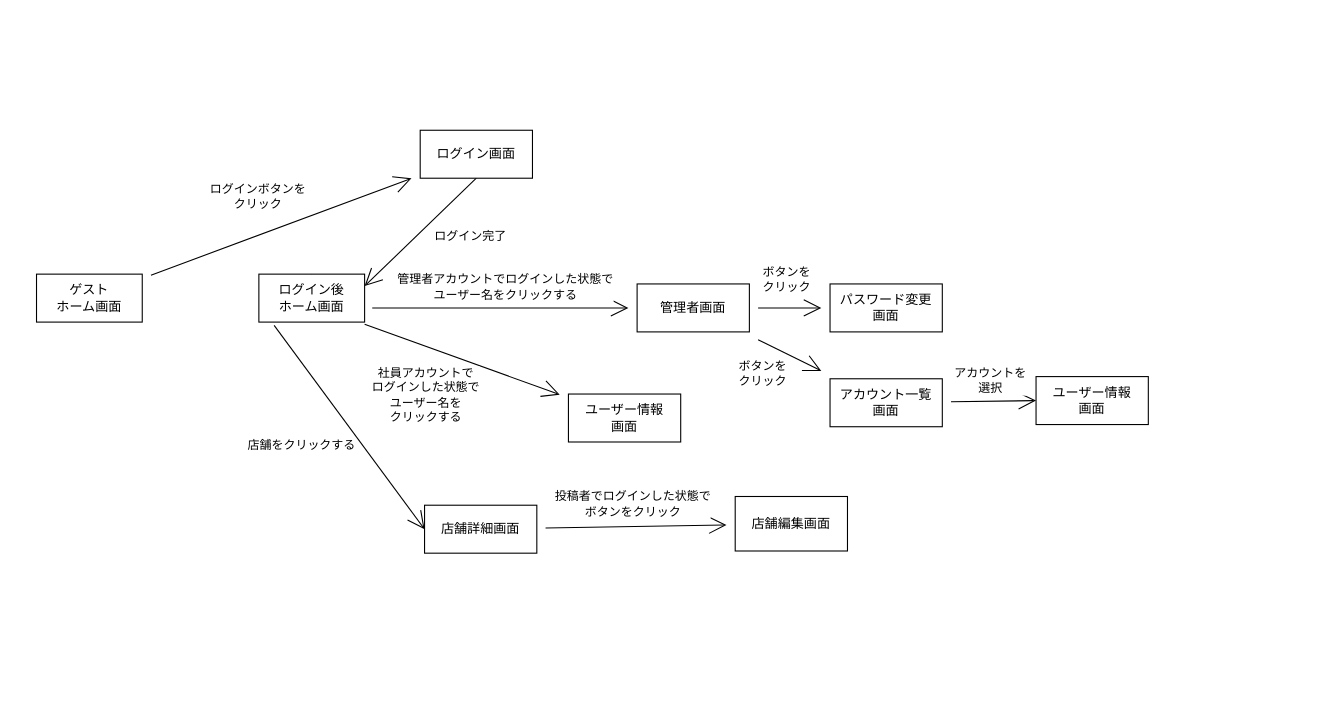
Earlier version of the draw.io diagram PBL2022_WEB01/画面/画面遷移図.drawio (washizaki0123/PBL_Web1). Source tidied: cells renumbered, new cells numbered last; positions are measured from the earlier drawing's top-left corner, leaving out a move shared by most shapes. Both pictures are drawn from the tidied source at 109%, with x=0, y=0 at pixel (36, 130).
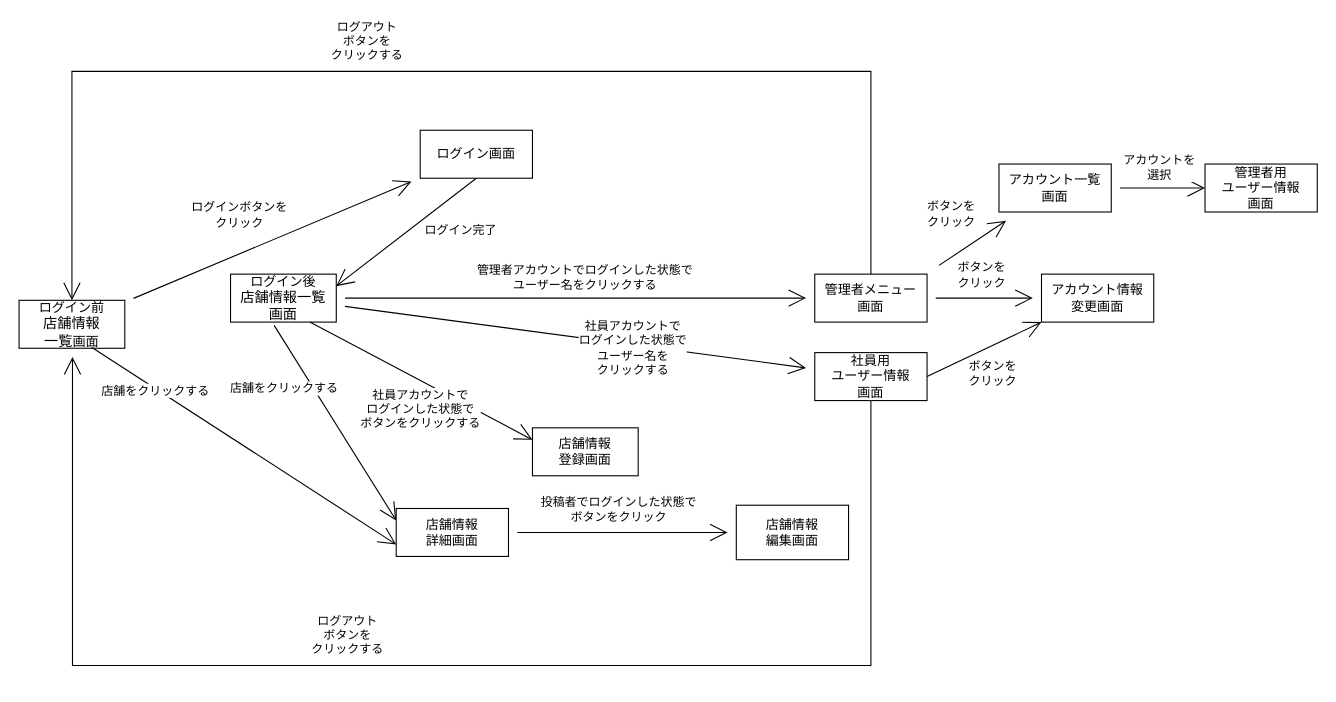
Above is the later version.

Unchanged cells that the change refers to:
```xml
<mxCell id="8" value="ログイン画面" style="rounded=0;whiteSpace=wrap;html=1;hachureGap=4;" parent="1" vertex="1">
  <mxGeometry x="352" width="103" height="44" as="geometry" />
</mxCell>
```

Change to the diagram source:
```diff
@@
-    <mxCell id="3" value="社員アカウントで&lt;br&gt;ログインした状態で&lt;br&gt;ユーザー名を&lt;br&gt;クリックする" style="edgeStyle=none;curved=1;rounded=0;jettySize=auto;html=1;endArrow=open;startSize=14;endSize=14;sourcePerimeterSpacing=8;targetPerimeterSpacing=8;" parent="1" edge="1" target="9">
-      <mxGeometry x="-0.21" y="-42" relative="1" as="geometry">
-        <mxPoint x="301" y="178" as="sourcePoint" />
-      </mxGeometry>
+    <mxCell id="3" value="社員アカウントで&lt;br&gt;ログインした状態で&lt;br&gt;ユーザー名を&lt;br&gt;クリックする" style="edgeStyle=none;curved=1;rounded=0;jettySize=auto;html=1;endArrow=open;startSize=14;endSize=14;sourcePerimeterSpacing=8;targetPerimeterSpacing=8;" parent="1" edge="1" source="6" target="9">
+      <mxGeometry x="0.25" y="-3" relative="1" as="geometry" />
     </mxCell>
-    <mxCell id="4" value="店舗をクリックする" style="edgeStyle=none;curved=1;rounded=0;jettySize=auto;html=1;endArrow=open;startSize=14;endSize=14;sourcePerimeterSpacing=8;targetPerimeterSpacing=8;entryX=0;entryY=0.5;entryDx=0;entryDy=0;" parent="1" edge="1" target="11">
-      <mxGeometry x="-0.11" y="-45" relative="1" as="geometry">
+    <mxCell id="4" value="店舗をクリックする" style="edgeStyle=none;curved=1;rounded=0;jettySize=auto;html=1;endArrow=open;startSize=14;endSize=14;sourcePerimeterSpacing=8;targetPerimeterSpacing=8;entryX=0;entryY=0.25;entryDx=0;entryDy=0;" parent="1" edge="1" target="11">
+      <mxGeometry x="-0.49" y="-23" relative="1" as="geometry">
         <mxPoint x="218" y="179" as="sourcePoint" />
       </mxGeometry>
     </mxCell>
-    <mxCell id="5" value="管理者アカウントでログインした状態で&lt;br&gt;ユーザー名をクリックする" style="edgeStyle=none;curved=1;rounded=0;jettySize=auto;html=1;endArrow=open;startSize=14;endSize=14;sourcePerimeterSpacing=8;targetPerimeterSpacing=8;" parent="1" edge="1" target="14">
-      <mxGeometry x="0.04" y="19" relative="1" as="geometry">
-        <mxPoint x="308" y="163" as="sourcePoint" />
-      </mxGeometry>
+    <mxCell id="5" value="管理者アカウントでログインした状態で&lt;br&gt;ユーザー名をクリックする" style="edgeStyle=none;curved=1;rounded=0;jettySize=auto;html=1;endArrow=open;startSize=14;endSize=14;sourcePerimeterSpacing=8;targetPerimeterSpacing=8;" parent="1" edge="1" source="6" target="14">
+      <mxGeometry x="0.04" y="19" relative="1" as="geometry" />
     </mxCell>
-    <mxCell id="6" value="ログイン後&lt;br&gt;ホーム画面" style="rounded=0;whiteSpace=wrap;html=1;hachureGap=4;" parent="1" vertex="1">
-      <mxGeometry x="204" y="132" width="97" height="44" as="geometry" />
+    <mxCell id="6" value="ログイン後&lt;br&gt;&lt;span style=&quot;font-family: Roboto, RobotoDraft, Helvetica, Arial, sans-serif; font-size: 13px; text-align: start;&quot;&gt;店舗情報一覧&lt;br&gt;画面&lt;/span&gt;" style="rounded=0;whiteSpace=wrap;html=1;hachureGap=4;" parent="1" vertex="1">
+      <mxGeometry x="178" y="132" width="97" height="44" as="geometry" />
     </mxCell>
     <mxCell id="7" value="ログイン完了" style="edgeStyle=none;curved=1;rounded=0;jettySize=auto;html=1;entryX=1;entryY=0.25;entryDx=0;entryDy=0;endArrow=open;startSize=14;endSize=14;sourcePerimeterSpacing=8;targetPerimeterSpacing=8;exitX=0.5;exitY=1;exitDx=0;exitDy=0;" parent="1" edge="1" source="8" target="6">
-      <mxGeometry x="-0.43" y="34" relative="1" as="geometry" />
+      <mxGeometry x="-0.5" y="29" relative="1" as="geometry" />
     </mxCell>
@@
-    <mxCell id="9" value="ユーザー情報&lt;br&gt;画面" style="rounded=0;whiteSpace=wrap;html=1;hachureGap=4;" parent="1" vertex="1">
-      <mxGeometry x="488" y="242" width="103" height="44" as="geometry" />
+    <mxCell id="9" value="社員用&lt;br&gt;ユーザー情報&lt;br&gt;画面" style="rounded=0;whiteSpace=wrap;html=1;hachureGap=4;" parent="1" vertex="1">
+      <mxGeometry x="714" y="204" width="103" height="44" as="geometry" />
     </mxCell>
@@
-    <mxCell id="11" value="店舗詳細画面" style="rounded=0;whiteSpace=wrap;html=1;hachureGap=4;" parent="1" vertex="1">
-      <mxGeometry x="356" y="344" width="103" height="44" as="geometry" />
+    <mxCell id="11" value="店舗情報&lt;br&gt;詳細画面" style="rounded=0;whiteSpace=wrap;html=1;hachureGap=4;" parent="1" vertex="1">
+      <mxGeometry x="330" y="347" width="103" height="44" as="geometry" />
     </mxCell>
     <mxCell id="12" value="ボタンを&lt;br&gt;クリック" style="edgeStyle=none;curved=1;rounded=0;jettySize=auto;html=1;endArrow=open;startSize=14;endSize=14;sourcePerimeterSpacing=8;targetPerimeterSpacing=8;" parent="1" edge="1" source="14" target="15">
-      <mxGeometry x="-0.12" y="26" relative="1" as="geometry" />
+      <mxGeometry x="-0.06" y="21" relative="1" as="geometry" />
     </mxCell>
-    <mxCell id="13" value="ボタンを&lt;br&gt;クリック" style="edgeStyle=none;curved=1;rounded=0;jettySize=auto;html=1;endArrow=open;startSize=14;endSize=14;sourcePerimeterSpacing=8;targetPerimeterSpacing=8;" parent="1" edge="1" source="14" target="17">
-      <mxGeometry x="-0.46" y="-26" relative="1" as="geometry" />
+    <mxCell id="13" value="ボタンを&lt;br&gt;クリック" style="rounded=0;jettySize=auto;html=1;endArrow=open;startSize=14;endSize=14;sourcePerimeterSpacing=8;targetPerimeterSpacing=8;" parent="1" edge="1" target="17">
+      <mxGeometry x="-0.06" y="33" relative="1" as="geometry">
+        <mxPoint x="828" y="124" as="sourcePoint" />
+      </mxGeometry>
     </mxCell>
-    <mxCell id="14" value="管理者画面" style="rounded=0;whiteSpace=wrap;html=1;hachureGap=4;" parent="1" vertex="1">
-      <mxGeometry x="551" y="141" width="103" height="44" as="geometry" />
+    <mxCell id="14" value="管理者メニュー&lt;br&gt;画面" style="rounded=0;whiteSpace=wrap;html=1;hachureGap=4;" parent="1" vertex="1">
+      <mxGeometry x="714" y="132" width="103" height="44" as="geometry" />
     </mxCell>
-    <mxCell id="15" value="パスワード変更&lt;br&gt;画面" style="rounded=0;whiteSpace=wrap;html=1;hachureGap=4;" parent="1" vertex="1">
-      <mxGeometry x="728" y="141" width="103" height="44" as="geometry" />
+    <mxCell id="15" value="アカウント情報&lt;br&gt;変更画面" style="rounded=0;whiteSpace=wrap;html=1;hachureGap=4;" parent="1" vertex="1">
+      <mxGeometry x="922" y="132" width="103" height="44" as="geometry" />
     </mxCell>
@@
     <mxCell id="17" value="アカウント一覧&lt;br&gt;画面" style="rounded=0;whiteSpace=wrap;html=1;hachureGap=4;" parent="1" vertex="1">
-      <mxGeometry x="728" y="228" width="103" height="44" as="geometry" />
+      <mxGeometry x="883" y="31" width="103" height="44" as="geometry" />
     </mxCell>
-    <mxCell id="18" value="店舗編集画面" style="whiteSpace=wrap;html=1;hachureGap=4;" parent="1" vertex="1">
-      <mxGeometry x="641" y="336" width="103" height="50" as="geometry" />
+    <mxCell id="18" value="店舗情報&lt;br&gt;編集画面" style="whiteSpace=wrap;html=1;hachureGap=4;" parent="1" vertex="1">
+      <mxGeometry x="642" y="344" width="103" height="50" as="geometry" />
     </mxCell>
-    <mxCell id="19" value="ユーザー情報&lt;br&gt;画面" style="rounded=0;whiteSpace=wrap;html=1;hachureGap=4;" parent="1" vertex="1">
-      <mxGeometry x="917" y="226" width="103" height="44" as="geometry" />
+    <mxCell id="19" value="管理者用&lt;br&gt;ユーザー情報&lt;br&gt;画面" style="rounded=0;whiteSpace=wrap;html=1;hachureGap=4;" parent="1" vertex="1">
+      <mxGeometry x="1072" y="31" width="103" height="44" as="geometry" />
     </mxCell>
     <mxCell id="20" value="ログインボタンを&lt;br&gt;クリック" style="edgeStyle=none;curved=1;rounded=0;jettySize=auto;html=1;endArrow=open;startSize=14;endSize=14;sourcePerimeterSpacing=8;targetPerimeterSpacing=8;" parent="1" edge="1" source="21" target="8">
-      <mxGeometry x="-0.08" y="33" relative="1" as="geometry" />
+      <mxGeometry x="-0.14" y="33" relative="1" as="geometry" />
     </mxCell>
-    <mxCell id="21" value="ゲスト&lt;br&gt;ホーム画面" style="rounded=0;whiteSpace=wrap;html=1;hachureGap=4;" parent="1" vertex="1">
-      <mxGeometry y="132" width="97" height="44" as="geometry" />
+    <mxCell id="21" value="ログイン前&lt;br&gt;&lt;span style=&quot;text-align: start;&quot;&gt;&lt;font face=&quot;Roboto, RobotoDraft, Helvetica, Arial, sans-serif&quot;&gt;&lt;span style=&quot;font-size: 13px;&quot;&gt;店舗情報&lt;br&gt;一覧&lt;/span&gt;&lt;/font&gt;&lt;/span&gt;&lt;span style=&quot;background-color: initial;&quot;&gt;画面&lt;/span&gt;&lt;span style=&quot;text-align: start;&quot;&gt;&lt;font face=&quot;Roboto, RobotoDraft, Helvetica, Arial, sans-serif&quot;&gt;&lt;span style=&quot;font-size: 13px;&quot;&gt;&lt;br&gt;&lt;/span&gt;&lt;/font&gt;&lt;/span&gt;" style="rounded=0;whiteSpace=wrap;html=1;hachureGap=4;" parent="1" vertex="1">
+      <mxGeometry x="-16" y="156" width="97" height="44" as="geometry" />
     </mxCell>
+    <mxCell id="22" value="店舗をクリックする" style="edgeStyle=none;curved=1;rounded=0;jettySize=auto;html=1;endArrow=open;startSize=14;endSize=14;sourcePerimeterSpacing=8;targetPerimeterSpacing=8;entryX=0;entryY=0.75;entryDx=0;entryDy=0;exitX=0.689;exitY=0.986;exitDx=0;exitDy=0;exitPerimeter=0;" parent="1" edge="1" source="21" target="11">
+      <mxGeometry x="-0.58" y="-2" relative="1" as="geometry" />
+    </mxCell>
+    <mxCell id="23" value="店舗情報&lt;br&gt;登録画面" style="rounded=0;whiteSpace=wrap;html=1;hachureGap=4;" parent="1" vertex="1">
+      <mxGeometry x="455" y="273" width="97" height="44" as="geometry" />
+    </mxCell>
+    <mxCell id="24" value="社員アカウントで&lt;br&gt;ログインした状態で&lt;br&gt;ボタンをクリックする" style="edgeStyle=none;curved=1;rounded=0;jettySize=auto;html=1;endArrow=open;startSize=14;endSize=14;sourcePerimeterSpacing=8;targetPerimeterSpacing=8;entryX=0;entryY=0.25;entryDx=0;entryDy=0;exitX=0.75;exitY=1;exitDx=0;exitDy=0;" parent="1" edge="1" source="6" target="23">
+      <mxGeometry x="0.1" y="-23" relative="1" as="geometry" />
+    </mxCell>
+    <mxCell id="25" value="ボタンを&lt;br&gt;クリック" style="edgeStyle=none;curved=1;rounded=0;jettySize=auto;html=1;endArrow=open;startSize=14;endSize=14;sourcePerimeterSpacing=8;targetPerimeterSpacing=8;entryX=0;entryY=1;entryDx=0;entryDy=0;exitX=1;exitY=0.5;exitDx=0;exitDy=0;" parent="1" edge="1" source="9" target="15">
+      <mxGeometry x="-0.03" y="-23" relative="1" as="geometry" />
+    </mxCell>
+    <mxCell id="26" value="ログアウト&lt;br&gt;ボタンを&lt;br&gt;クリックする" style="rounded=0;jettySize=auto;html=1;endArrow=open;startSize=14;endSize=14;sourcePerimeterSpacing=8;targetPerimeterSpacing=8;exitX=0.5;exitY=1;exitDx=0;exitDy=0;edgeStyle=orthogonalEdgeStyle;" parent="1" edge="1" source="9" target="21">
+      <mxGeometry x="0.15" y="-28" relative="1" as="geometry">
+        <Array as="points">
+          <mxPoint x="766" y="491" />
+          <mxPoint x="33" y="491" />
+        </Array>
+      </mxGeometry>
+    </mxCell>
+    <mxCell id="27" value="ログアウト&lt;br&gt;ボタンを&lt;br&gt;クリックする" style="rounded=0;jettySize=auto;html=1;endArrow=open;startSize=14;endSize=14;sourcePerimeterSpacing=8;targetPerimeterSpacing=8;exitX=0.5;exitY=0;exitDx=0;exitDy=0;edgeStyle=orthogonalEdgeStyle;entryX=0.5;entryY=0;entryDx=0;entryDy=0;" parent="1" edge="1" source="14" target="21">
+      <mxGeometry x="0.15" y="-28" relative="1" as="geometry">
+        <Array as="points">
+          <mxPoint x="766" y="-54" />
+          <mxPoint x="33" y="-54" />
+        </Array>
+      </mxGeometry>
+    </mxCell>
```
